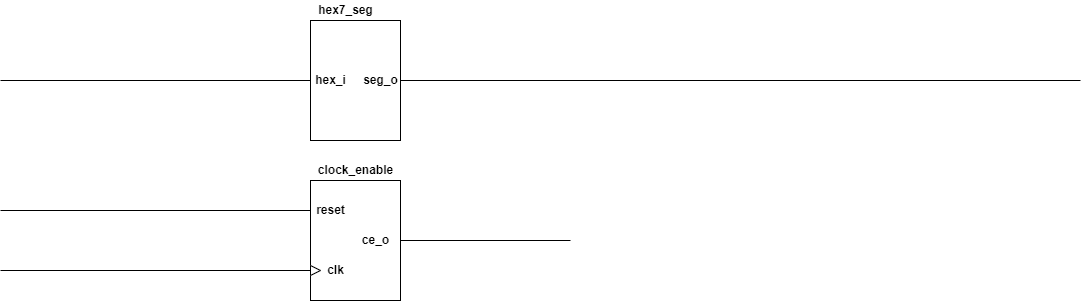
This is labs/project/top.png from Marxs31/digital-electronics-1, a draw.io export, as it was before one commit. Source tidied: cells renumbered, new cells last; positions are measured from the earlier drawing's top-left corner, leaving out a move shared by most shapes. The source it was exported from:
```xml
<mxGraphModel>
  <root>
    <mxCell id="0" />
    <mxCell id="1" parent="0" />
    <mxCell id="2" style="rounded=0;whiteSpace=wrap;html=1;" parent="1" vertex="1">
      <mxGeometry x="310" y="180" width="90" height="120" as="geometry" />
    </mxCell>
    <mxCell id="3" style="rounded=0;whiteSpace=wrap;html=1;" parent="1" vertex="1">
      <mxGeometry x="310" y="20" width="90" height="120" as="geometry" />
    </mxCell>
    <mxCell id="4" style="endArrow=none;html=1;rounded=0;entryX=0;entryY=0.5;entryDx=0;entryDy=0;" parent="1" edge="1" target="3">
      <mxGeometry relative="1" as="geometry">
        <mxPoint y="80" as="sourcePoint" />
      </mxGeometry>
    </mxCell>
    <mxCell id="5" style="endArrow=none;html=1;rounded=0;entryX=0;entryY=0.25;entryDx=0;entryDy=0;" parent="1" edge="1" target="2">
      <mxGeometry relative="1" as="geometry">
        <mxPoint y="210" as="sourcePoint" />
      </mxGeometry>
    </mxCell>
    <mxCell id="6" style="endArrow=none;html=1;rounded=0;startArrow=none;" parent="1" edge="1">
      <mxGeometry relative="1" as="geometry">
        <mxPoint x="310" y="270" as="sourcePoint" />
        <mxPoint y="270" as="targetPoint" />
      </mxGeometry>
    </mxCell>
    <mxCell id="7" style="endArrow=none;html=1;rounded=0;exitX=1;exitY=0.5;exitDx=0;exitDy=0;" parent="1" edge="1" source="2">
      <mxGeometry relative="1" as="geometry">
        <mxPoint x="570" y="240" as="targetPoint" />
      </mxGeometry>
    </mxCell>
    <mxCell id="8" style="endArrow=none;html=1;rounded=0;exitX=1;exitY=0.5;exitDx=0;exitDy=0;" parent="1" edge="1" source="3">
      <mxGeometry relative="1" as="geometry">
        <mxPoint x="1080" y="80" as="targetPoint" />
      </mxGeometry>
    </mxCell>
    <mxCell id="9" value="&lt;b&gt;hex7_seg&lt;/b&gt;" style="text;html=1;align=center;verticalAlign=middle;strokeColor=none;fillColor=none;" parent="1" vertex="1">
      <mxGeometry x="310" width="70" height="20" as="geometry" />
    </mxCell>
    <mxCell id="10" value="&lt;b&gt;clock_enable&lt;/b&gt;" style="text;html=1;align=center;verticalAlign=middle;strokeColor=none;fillColor=none;" parent="1" vertex="1">
      <mxGeometry x="310" y="160" width="90" height="20" as="geometry" />
    </mxCell>
    <mxCell id="11" value="&lt;b&gt;reset&lt;/b&gt;" style="text;html=1;align=center;verticalAlign=middle;strokeColor=none;fillColor=none;" parent="1" vertex="1">
      <mxGeometry x="310" y="200" width="40" height="20" as="geometry" />
    </mxCell>
    <mxCell id="12" value="&lt;b&gt;clk&lt;/b&gt;" style="text;html=1;align=center;verticalAlign=middle;strokeColor=none;fillColor=none;" parent="1" vertex="1">
      <mxGeometry x="320" y="260" width="30" height="20" as="geometry" />
    </mxCell>
    <mxCell id="13" style="triangle;whiteSpace=wrap;html=1;" parent="1" vertex="1">
      <mxGeometry x="310" y="265" width="10" height="10" as="geometry" />
    </mxCell>
    <mxCell id="14" style="endArrow=none;html=1;rounded=0;exitX=0;exitY=0.75;exitDx=0;exitDy=0;" parent="1" edge="1" source="2" target="13">
      <mxGeometry relative="1" as="geometry" />
    </mxCell>
    <mxCell id="15" value="&lt;b&gt;hex_i&lt;/b&gt;" style="text;html=1;align=center;verticalAlign=middle;strokeColor=none;fillColor=none;" parent="1" vertex="1">
      <mxGeometry x="305" y="70" width="50" height="20" as="geometry" />
    </mxCell>
    <mxCell id="16" value="&lt;b&gt;seg_o&lt;/b&gt;" style="text;html=1;align=center;verticalAlign=middle;strokeColor=none;fillColor=none;" parent="1" vertex="1">
      <mxGeometry x="355" y="70" width="50" height="20" as="geometry" />
    </mxCell>
    <mxCell id="17" value="&lt;b&gt;ce_o&lt;/b&gt;" style="text;html=1;align=center;verticalAlign=middle;strokeColor=none;fillColor=none;" parent="1" vertex="1">
      <mxGeometry x="355" y="230" width="40" height="20" as="geometry" />
    </mxCell>
  </root>
</mxGraphModel>
```
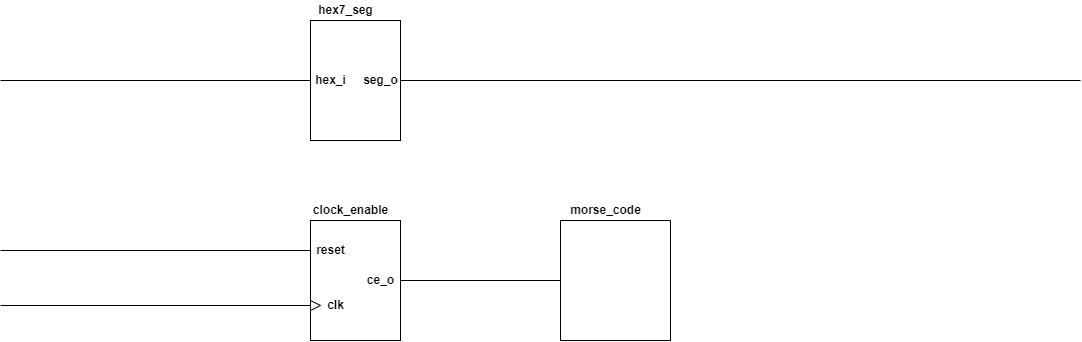
The same diagram one commit later.

Change to the diagram source:
```diff
@@ -3,7 +3,7 @@
     <mxCell id="0" />
     <mxCell id="1" parent="0" />
     <mxCell id="2" style="rounded=0;whiteSpace=wrap;html=1;" parent="1" vertex="1">
-      <mxGeometry x="310" y="180" width="90" height="120" as="geometry" />
+      <mxGeometry x="310" y="220" width="90" height="120" as="geometry" />
     </mxCell>
     <mxCell id="3" style="rounded=0;whiteSpace=wrap;html=1;" parent="1" vertex="1">
       <mxGeometry x="310" y="20" width="90" height="120" as="geometry" />
@@ -15,19 +15,16 @@
     </mxCell>
     <mxCell id="5" style="endArrow=none;html=1;rounded=0;entryX=0;entryY=0.25;entryDx=0;entryDy=0;" parent="1" edge="1" target="2">
       <mxGeometry relative="1" as="geometry">
-        <mxPoint y="210" as="sourcePoint" />
+        <mxPoint y="250" as="sourcePoint" />
       </mxGeometry>
     </mxCell>
-    <mxCell id="6" style="endArrow=none;html=1;rounded=0;startArrow=none;" parent="1" edge="1">
+    <mxCell id="6" style="endArrow=none;html=1;rounded=0;startArrow=none;exitX=0;exitY=0.5;exitDx=0;exitDy=0;" parent="1" edge="1" source="13">
       <mxGeometry relative="1" as="geometry">
-        <mxPoint x="310" y="270" as="sourcePoint" />
-        <mxPoint y="270" as="targetPoint" />
+        <mxPoint y="305" as="targetPoint" />
       </mxGeometry>
     </mxCell>
-    <mxCell id="7" style="endArrow=none;html=1;rounded=0;exitX=1;exitY=0.5;exitDx=0;exitDy=0;" parent="1" edge="1" source="2">
-      <mxGeometry relative="1" as="geometry">
-        <mxPoint x="570" y="240" as="targetPoint" />
-      </mxGeometry>
+    <mxCell id="7" style="endArrow=none;html=1;rounded=0;exitX=1;exitY=0.5;exitDx=0;exitDy=0;entryX=0;entryY=0.5;entryDx=0;entryDy=0;" parent="1" edge="1" source="2" target="18">
+      <mxGeometry relative="1" as="geometry" />
     </mxCell>
     <mxCell id="8" style="endArrow=none;html=1;rounded=0;exitX=1;exitY=0.5;exitDx=0;exitDy=0;" parent="1" edge="1" source="3">
       <mxGeometry relative="1" as="geometry">
@@ -38,16 +35,16 @@
       <mxGeometry x="310" width="70" height="20" as="geometry" />
     </mxCell>
     <mxCell id="10" value="&lt;b&gt;clock_enable&lt;/b&gt;" style="text;html=1;align=center;verticalAlign=middle;strokeColor=none;fillColor=none;" parent="1" vertex="1">
-      <mxGeometry x="310" y="160" width="90" height="20" as="geometry" />
+      <mxGeometry x="305" y="200" width="90" height="20" as="geometry" />
     </mxCell>
     <mxCell id="11" value="&lt;b&gt;reset&lt;/b&gt;" style="text;html=1;align=center;verticalAlign=middle;strokeColor=none;fillColor=none;" parent="1" vertex="1">
-      <mxGeometry x="310" y="200" width="40" height="20" as="geometry" />
+      <mxGeometry x="310" y="240" width="40" height="20" as="geometry" />
     </mxCell>
     <mxCell id="12" value="&lt;b&gt;clk&lt;/b&gt;" style="text;html=1;align=center;verticalAlign=middle;strokeColor=none;fillColor=none;" parent="1" vertex="1">
-      <mxGeometry x="320" y="260" width="30" height="20" as="geometry" />
+      <mxGeometry x="320" y="295" width="30" height="20" as="geometry" />
     </mxCell>
     <mxCell id="13" style="triangle;whiteSpace=wrap;html=1;" parent="1" vertex="1">
-      <mxGeometry x="310" y="265" width="10" height="10" as="geometry" />
+      <mxGeometry x="310" y="300" width="10" height="10" as="geometry" />
     </mxCell>
     <mxCell id="14" style="endArrow=none;html=1;rounded=0;exitX=0;exitY=0.75;exitDx=0;exitDy=0;" parent="1" edge="1" source="2" target="13">
       <mxGeometry relative="1" as="geometry" />
@@ -59,7 +56,13 @@
       <mxGeometry x="355" y="70" width="50" height="20" as="geometry" />
     </mxCell>
     <mxCell id="17" value="&lt;b&gt;ce_o&lt;/b&gt;" style="text;html=1;align=center;verticalAlign=middle;strokeColor=none;fillColor=none;" parent="1" vertex="1">
-      <mxGeometry x="355" y="230" width="40" height="20" as="geometry" />
+      <mxGeometry x="360" y="270" width="40" height="20" as="geometry" />
     </mxCell>
+    <mxCell id="18" style="rounded=0;whiteSpace=wrap;html=1;" parent="1" vertex="1">
+      <mxGeometry x="560" y="220" width="110" height="120" as="geometry" />
+    </mxCell>
+    <mxCell id="19" value="&lt;b&gt;morse_code&lt;/b&gt;" style="text;html=1;align=center;verticalAlign=middle;strokeColor=none;fillColor=none;" parent="1" vertex="1">
+      <mxGeometry x="560" y="200" width="90" height="20" as="geometry" />
+    </mxCell>
   </root>
 </mxGraphModel>
```
